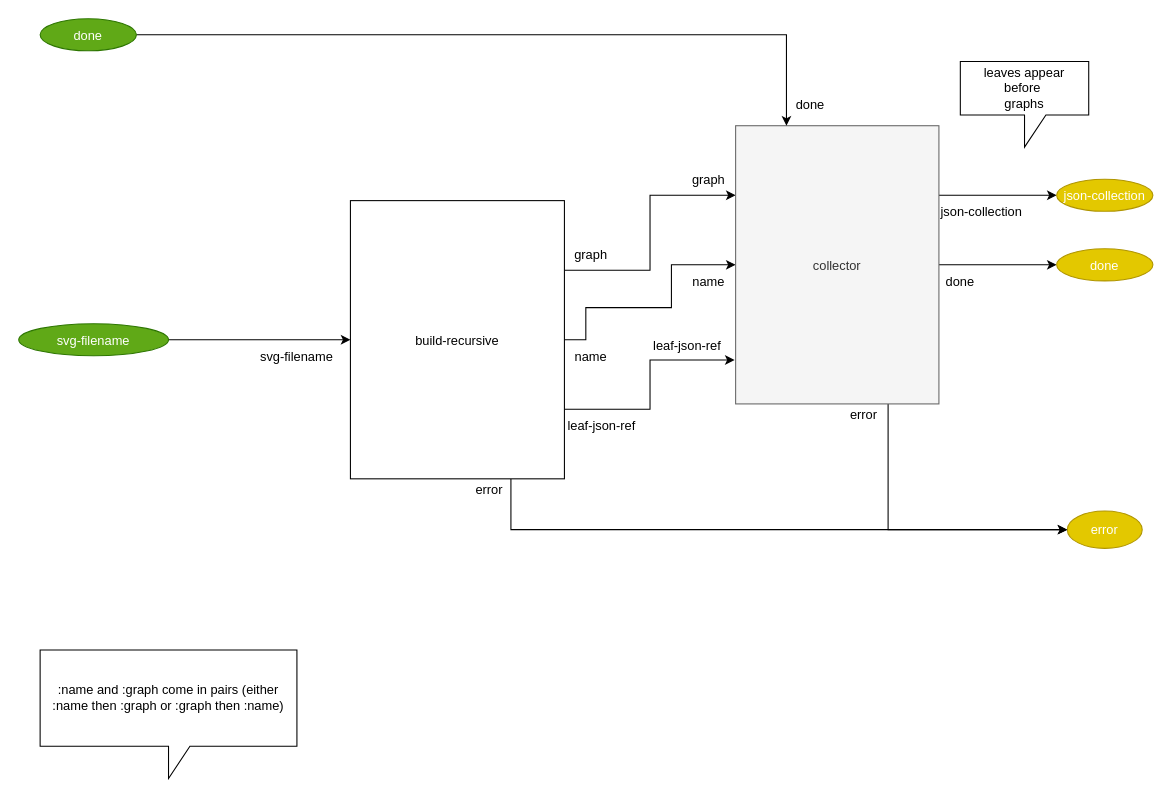
Earlier version of the draw.io diagram page "1. build" (2 of 5) of build_process/cl-build/build.drawio (bmfbp/bmfbp). Source tidied: cells renumbered, new cells numbered last; positions are measured from the earlier drawing's top-left corner, leaving out a move shared by most shapes. Both pictures are drawn from the tidied source at 107%, with x=0, y=0 at pixel (18, 18).
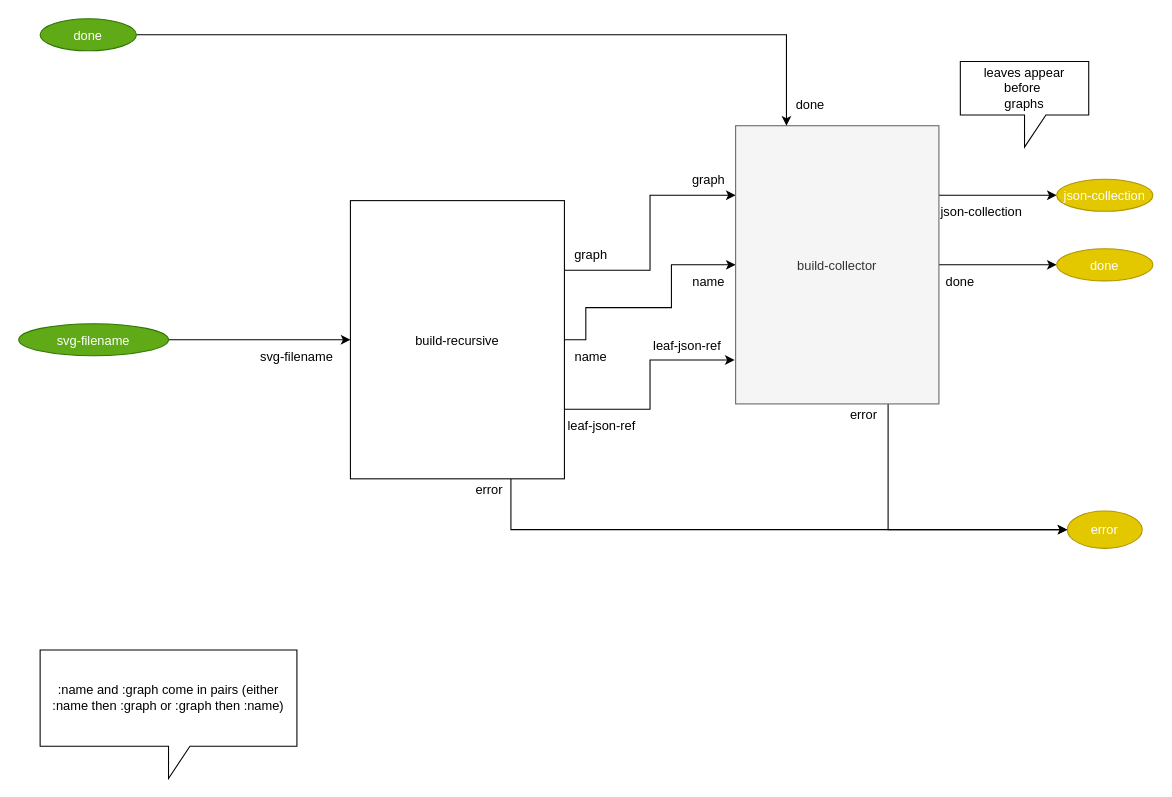
The same diagram, later.

What changed in the source:
```diff
@@
-    <mxCell id="13" value="collector" style="rounded=0;strokeColor=#666666;align=center;fillColor=#f5f5f5;fontColor=#333333;" parent="1" vertex="1">
+    <mxCell id="13" value="build-collector" style="rounded=0;strokeColor=#666666;align=center;fillColor=#f5f5f5;fontColor=#333333;" parent="1" vertex="1">
       <mxGeometry x="670" y="100" width="190" height="260" as="geometry" />
     </mxCell>
```
